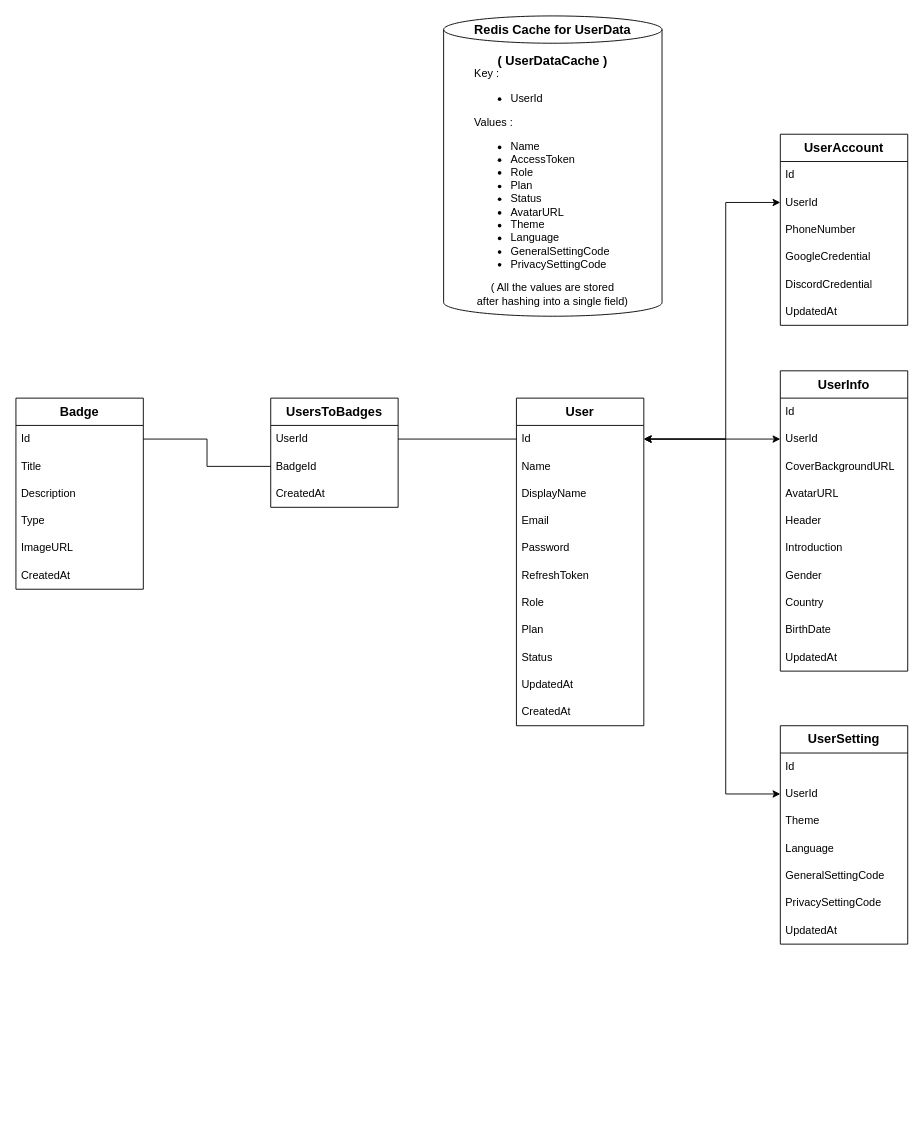
Earlier version of the draw.io diagram docs/database-schema.drawio (HiIamJeff67/notezy-backend). Source tidied: cells renumbered, new cells numbered last; positions are measured from the earlier drawing's top-left corner, leaving out a move shared by most shapes. Both pictures are drawn from the tidied source at 91%, with x=0, y=0 at pixel (15, 15).
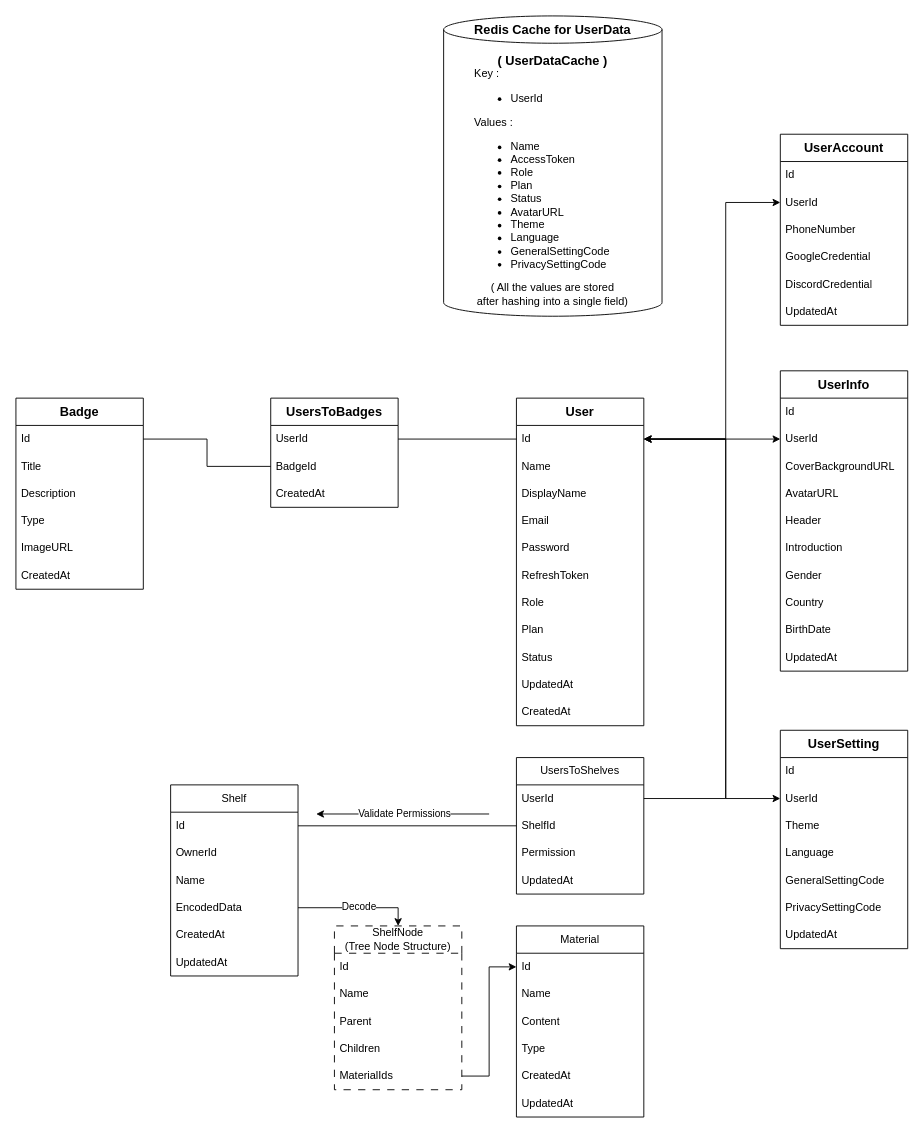
Above is the later version.

Unchanged cells that the change refers to:
```xml
<mxCell id="3" value="Id" style="text;strokeColor=none;fillColor=none;align=left;verticalAlign=middle;spacingLeft=4;spacingRight=4;overflow=hidden;points=[[0,0.5],[1,0.5]];portConstraint=eastwest;whiteSpace=wrap;html=1;" parent="2" vertex="1">
  <mxGeometry y="30" width="140" height="30" as="geometry" />
</mxCell>
<mxCell id="47" value="UserId" style="text;strokeColor=none;fillColor=none;align=left;verticalAlign=middle;spacingLeft=4;spacingRight=4;overflow=hidden;points=[[0,0.5],[1,0.5]];portConstraint=eastwest;whiteSpace=wrap;html=1;" parent="45" vertex="1">
  <mxGeometry y="60" width="140" height="30" as="geometry" />
</mxCell>
```

Diff of the diagram source:
```diff
@@
     <mxCell id="45" value="&lt;b&gt;&lt;font style=&quot;font-size: 14px;&quot;&gt;UserSetting&lt;/font&gt;&lt;/b&gt;" style="swimlane;fontStyle=0;horizontal=1;startSize=30;whiteSpace=wrap;html=1;" parent="1" vertex="1">
-      <mxGeometry x="840" y="780" width="140" height="240" as="geometry" />
+      <mxGeometry x="840" y="785" width="140" height="240" as="geometry" />
     </mxCell>
@@
-    <mxCell id="56" style="endArrow=classic;startArrow=classic;html=1;rounded=0;entryX=0;entryY=0.5;entryDx=0;entryDy=0;exitX=1;exitY=0.5;exitDx=0;exitDy=0;" parent="1" edge="1" source="3" target="47">
+    <mxCell id="56" style="endArrow=classic;startArrow=classic;html=1;rounded=0;exitX=1;exitY=0.5;exitDx=0;exitDy=0;entryX=0;entryY=0.5;entryDx=0;entryDy=0;" parent="1" edge="1" source="3" target="47">
       <mxGeometry relative="1" as="geometry">
         <Array as="points">
           <mxPoint x="780" y="465" />
-          <mxPoint x="780" y="855" />
+          <mxPoint x="780" y="860" />
         </Array>
       </mxGeometry>
     </mxCell>
+    <mxCell id="57" value="Shelf" style="swimlane;fontStyle=0;horizontal=1;startSize=30;whiteSpace=wrap;html=1;" parent="1" vertex="1">
+      <mxGeometry x="170" y="845" width="140" height="210" as="geometry" />
+    </mxCell>
+    <mxCell id="58" value="Id" style="text;strokeColor=none;fillColor=none;align=left;verticalAlign=middle;spacingLeft=4;spacingRight=4;overflow=hidden;points=[[0,0.5],[1,0.5]];portConstraint=eastwest;whiteSpace=wrap;html=1;" parent="57" vertex="1">
+      <mxGeometry y="30" width="140" height="30" as="geometry" />
+    </mxCell>
+    <mxCell id="59" value="OwnerId" style="text;strokeColor=none;fillColor=none;align=left;verticalAlign=middle;spacingLeft=4;spacingRight=4;overflow=hidden;whiteSpace=wrap;html=1;" parent="57" vertex="1">
+      <mxGeometry y="60" width="140" height="30" as="geometry" />
+    </mxCell>
+    <mxCell id="60" value="Name" style="text;strokeColor=none;fillColor=none;align=left;verticalAlign=middle;spacingLeft=4;spacingRight=4;overflow=hidden;whiteSpace=wrap;html=1;" parent="57" vertex="1">
+      <mxGeometry y="90" width="140" height="30" as="geometry" />
+    </mxCell>
+    <mxCell id="61" value="EncodedData" style="text;strokeColor=none;fillColor=none;align=left;verticalAlign=middle;spacingLeft=4;spacingRight=4;overflow=hidden;points=[[0,0.5],[1,0.5]];portConstraint=eastwest;whiteSpace=wrap;html=1;" parent="57" vertex="1">
+      <mxGeometry y="120" width="140" height="30" as="geometry" />
+    </mxCell>
+    <mxCell id="62" value="CreatedAt" style="text;strokeColor=none;fillColor=none;align=left;verticalAlign=middle;spacingLeft=4;spacingRight=4;overflow=hidden;whiteSpace=wrap;html=1;" parent="57" vertex="1">
+      <mxGeometry y="150" width="140" height="30" as="geometry" />
+    </mxCell>
+    <mxCell id="63" value="UpdatedAt" style="text;strokeColor=none;fillColor=none;align=left;verticalAlign=middle;spacingLeft=4;spacingRight=4;overflow=hidden;whiteSpace=wrap;html=1;" parent="57" vertex="1">
+      <mxGeometry y="180" width="140" height="30" as="geometry" />
+    </mxCell>
+    <mxCell id="64" value="UsersToShelves" style="swimlane;fontStyle=0;horizontal=1;startSize=30;whiteSpace=wrap;html=1;" parent="1" vertex="1">
+      <mxGeometry x="550" y="815" width="140" height="150" as="geometry" />
+    </mxCell>
+    <mxCell id="65" value="UserId" style="text;strokeColor=none;fillColor=none;align=left;verticalAlign=middle;spacingLeft=4;spacingRight=4;overflow=hidden;points=[[0,0.5],[1,0.5]];portConstraint=eastwest;whiteSpace=wrap;html=1;" parent="64" vertex="1">
+      <mxGeometry y="30" width="140" height="30" as="geometry" />
+    </mxCell>
+    <mxCell id="66" value="ShelfId" style="text;strokeColor=none;fillColor=none;align=left;verticalAlign=middle;spacingLeft=4;spacingRight=4;overflow=hidden;points=[[0,0.5],[1,0.5]];portConstraint=eastwest;whiteSpace=wrap;html=1;" parent="64" vertex="1">
+      <mxGeometry y="60" width="140" height="30" as="geometry" />
+    </mxCell>
+    <mxCell id="67" value="Permission" style="text;strokeColor=none;fillColor=none;align=left;verticalAlign=middle;spacingLeft=4;spacingRight=4;overflow=hidden;whiteSpace=wrap;html=1;" parent="64" vertex="1">
+      <mxGeometry y="90" width="140" height="30" as="geometry" />
+    </mxCell>
+    <mxCell id="68" value="UpdatedAt" style="text;strokeColor=none;fillColor=none;align=left;verticalAlign=middle;spacingLeft=4;spacingRight=4;overflow=hidden;whiteSpace=wrap;html=1;" parent="64" vertex="1">
+      <mxGeometry y="120" width="140" height="30" as="geometry" />
+    </mxCell>
+    <mxCell id="69" style="edgeStyle=orthogonalEdgeStyle;rounded=0;jettySize=auto;html=1;entryX=0;entryY=0.5;entryDx=0;entryDy=0;endArrow=none;endFill=0;" parent="1" edge="1" source="58" target="66">
+      <mxGeometry relative="1" as="geometry" />
+    </mxCell>
+    <mxCell id="70" style="edgeStyle=orthogonalEdgeStyle;rounded=0;jettySize=auto;html=1;entryX=0.5;entryY=0;entryDx=0;entryDy=0;" parent="1" edge="1" source="61" target="72">
+      <mxGeometry relative="1" as="geometry" />
+    </mxCell>
+    <mxCell id="71" value="Decode" style="edgeLabel;html=1;align=center;verticalAlign=middle;" parent="70" vertex="1">
+      <mxGeometry x="0.02" y="2" relative="1" as="geometry" />
+    </mxCell>
+    <mxCell id="72" value="ShelfNode&lt;div&gt;(Tree Node&amp;nbsp;&lt;span style=&quot;background-color: transparent; color: light-dark(rgb(0, 0, 0), rgb(255, 255, 255));&quot;&gt;Structure&lt;/span&gt;&lt;span style=&quot;background-color: transparent; color: light-dark(rgb(0, 0, 0), rgb(255, 255, 255));&quot;&gt;)&lt;/span&gt;&lt;/div&gt;" style="swimlane;fontStyle=0;horizontal=1;startSize=30;whiteSpace=wrap;html=1;fillStyle=auto;dashed=1;dashPattern=8 8;" parent="1" vertex="1">
+      <mxGeometry x="350" y="1000" width="140" height="180" as="geometry" />
+    </mxCell>
+    <mxCell id="73" value="Id" style="text;strokeColor=none;fillColor=none;align=left;verticalAlign=middle;spacingLeft=4;spacingRight=4;overflow=hidden;whiteSpace=wrap;html=1;" parent="72" vertex="1">
+      <mxGeometry y="30" width="140" height="30" as="geometry" />
+    </mxCell>
+    <mxCell id="74" value="Name" style="text;strokeColor=none;fillColor=none;align=left;verticalAlign=middle;spacingLeft=4;spacingRight=4;overflow=hidden;whiteSpace=wrap;html=1;" parent="72" vertex="1">
+      <mxGeometry y="60" width="140" height="30" as="geometry" />
+    </mxCell>
+    <mxCell id="75" value="Parent" style="text;strokeColor=none;fillColor=none;align=left;verticalAlign=middle;spacingLeft=4;spacingRight=4;overflow=hidden;whiteSpace=wrap;html=1;" parent="72" vertex="1">
+      <mxGeometry y="90" width="140" height="30" as="geometry" />
+    </mxCell>
+    <mxCell id="76" value="Children" style="text;strokeColor=none;fillColor=none;align=left;verticalAlign=middle;spacingLeft=4;spacingRight=4;overflow=hidden;whiteSpace=wrap;html=1;" parent="72" vertex="1">
+      <mxGeometry y="120" width="140" height="30" as="geometry" />
+    </mxCell>
+    <mxCell id="77" value="MaterialIds" style="text;strokeColor=none;fillColor=none;align=left;verticalAlign=middle;spacingLeft=4;spacingRight=4;overflow=hidden;points=[[0,0.5],[1,0.5]];portConstraint=eastwest;whiteSpace=wrap;html=1;" parent="72" vertex="1">
+      <mxGeometry y="150" width="140" height="30" as="geometry" />
+    </mxCell>
+    <mxCell id="78" value="Material" style="swimlane;fontStyle=0;horizontal=1;startSize=30;whiteSpace=wrap;html=1;" parent="1" vertex="1">
+      <mxGeometry x="550" y="1000" width="140" height="210" as="geometry" />
+    </mxCell>
+    <mxCell id="79" value="Id" style="text;strokeColor=none;fillColor=none;align=left;verticalAlign=middle;spacingLeft=4;spacingRight=4;overflow=hidden;points=[[0,0.5],[1,0.5]];portConstraint=eastwest;whiteSpace=wrap;html=1;" parent="78" vertex="1">
+      <mxGeometry y="30" width="140" height="30" as="geometry" />
+    </mxCell>
+    <mxCell id="80" value="Name" style="text;strokeColor=none;fillColor=none;align=left;verticalAlign=middle;spacingLeft=4;spacingRight=4;overflow=hidden;whiteSpace=wrap;html=1;" parent="78" vertex="1">
+      <mxGeometry y="60" width="140" height="30" as="geometry" />
+    </mxCell>
+    <mxCell id="81" value="Content" style="text;strokeColor=none;fillColor=none;align=left;verticalAlign=middle;spacingLeft=4;spacingRight=4;overflow=hidden;whiteSpace=wrap;html=1;" parent="78" vertex="1">
+      <mxGeometry y="90" width="140" height="30" as="geometry" />
+    </mxCell>
+    <mxCell id="82" value="Type" style="text;strokeColor=none;fillColor=none;align=left;verticalAlign=middle;spacingLeft=4;spacingRight=4;overflow=hidden;whiteSpace=wrap;html=1;" parent="78" vertex="1">
+      <mxGeometry y="120" width="140" height="30" as="geometry" />
+    </mxCell>
+    <mxCell id="83" value="CreatedAt" style="text;strokeColor=none;fillColor=none;align=left;verticalAlign=middle;spacingLeft=4;spacingRight=4;overflow=hidden;whiteSpace=wrap;html=1;" parent="78" vertex="1">
+      <mxGeometry y="150" width="140" height="30" as="geometry" />
+    </mxCell>
+    <mxCell id="84" value="UpdatedAt" style="text;strokeColor=none;fillColor=none;align=left;verticalAlign=middle;spacingLeft=4;spacingRight=4;overflow=hidden;whiteSpace=wrap;html=1;" parent="78" vertex="1">
+      <mxGeometry y="180" width="140" height="30" as="geometry" />
+    </mxCell>
+    <mxCell id="85" style="edgeStyle=orthogonalEdgeStyle;rounded=0;jettySize=auto;html=1;exitX=1;exitY=0.5;exitDx=0;exitDy=0;entryX=1;entryY=0.5;entryDx=0;entryDy=0;endArrow=none;endFill=0;" parent="1" edge="1" source="3" target="65">
+      <mxGeometry relative="1" as="geometry">
+        <Array as="points">
+          <mxPoint x="780" y="465" />
+          <mxPoint x="780" y="860" />
+        </Array>
+      </mxGeometry>
+    </mxCell>
+    <mxCell id="86" style="endArrow=classic;html=1;rounded=0;" parent="1" edge="1">
+      <mxGeometry relative="1" as="geometry">
+        <mxPoint x="520" y="877" as="sourcePoint" />
+        <mxPoint x="330" y="877" as="targetPoint" />
+      </mxGeometry>
+    </mxCell>
+    <mxCell id="87" value="Validate Permissions" style="edgeLabel;html=1;align=center;verticalAlign=middle;" parent="86" vertex="1">
+      <mxGeometry x="-0.01" y="-1" relative="1" as="geometry" />
+    </mxCell>
+    <mxCell id="88" style="edgeStyle=orthogonalEdgeStyle;rounded=0;jettySize=auto;html=1;entryX=0;entryY=0.5;entryDx=0;entryDy=0;" parent="1" edge="1" source="77" target="79">
+      <mxGeometry relative="1" as="geometry" />
+    </mxCell>
```
